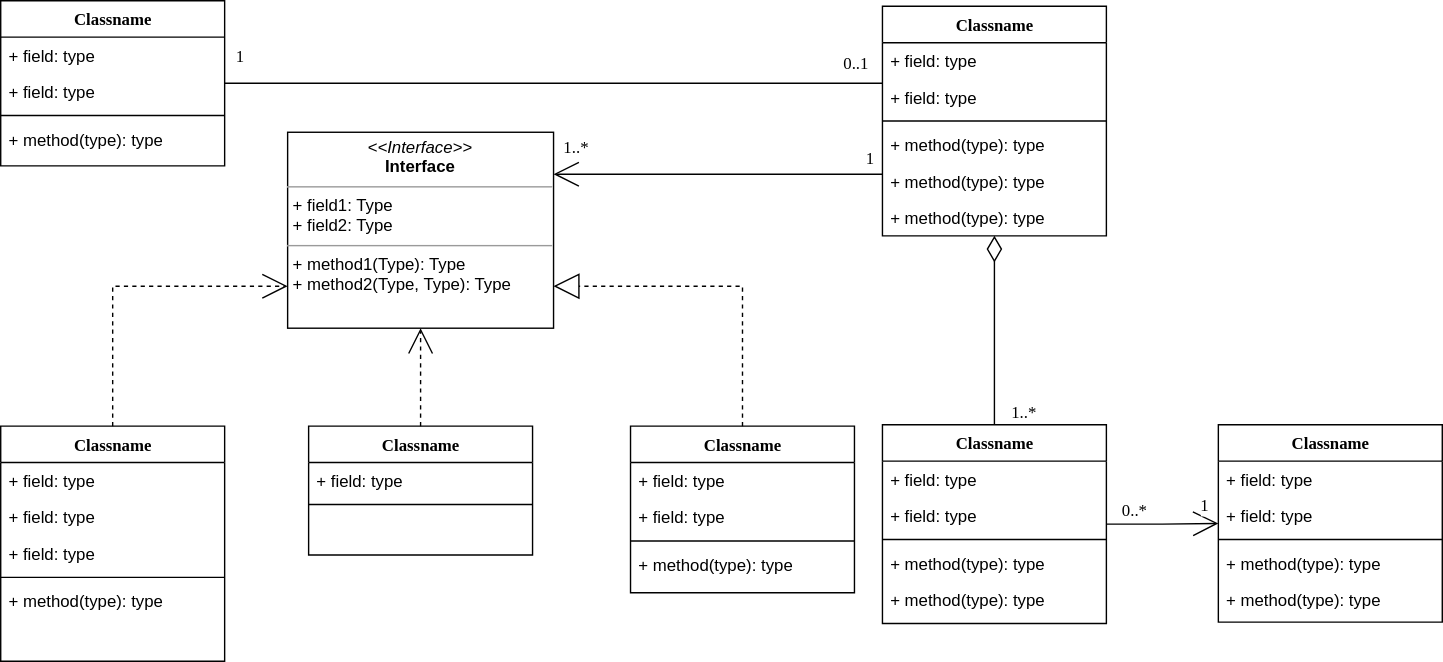
The draw.io diagram document/board_erd.drawio.svg in yangwoojung/fastcam_part2_board, before a commit. Source tidied: cells renumbered, new cells last; positions are measured from the earlier drawing's top-left corner, leaving out a move shared by most shapes. The source it was exported from:
```xml
<mxGraphModel>
  <root>
    <mxCell id="0" />
    <mxCell id="1" parent="0" />
    <mxCell id="2" style="edgeStyle=orthogonalEdgeStyle;rounded=0;html=1;dashed=1;labelBackgroundColor=none;startArrow=none;startFill=0;startSize=8;endArrow=open;endFill=0;endSize=16;fontFamily=Verdana;fontSize=12;" parent="1" edge="1" source="3" target="54">
      <mxGeometry relative="1" as="geometry">
        <Array as="points">
          <mxPoint x="80" y="204" />
        </Array>
      </mxGeometry>
    </mxCell>
    <mxCell id="3" value="Classname" style="swimlane;html=1;fontStyle=1;align=center;verticalAlign=top;horizontal=1;startSize=26;swimlaneFillColor=#ffffff;rounded=0;shadow=0;comic=0;labelBackgroundColor=none;strokeWidth=1;fillColor=none;fontFamily=Verdana;fontSize=12;" parent="1" vertex="1">
      <mxGeometry y="304" width="160" height="168" as="geometry" />
    </mxCell>
    <mxCell id="4" value="+ field: type" style="text;html=1;strokeColor=none;fillColor=none;align=left;verticalAlign=top;spacingLeft=4;spacingRight=4;whiteSpace=wrap;overflow=hidden;" parent="3" vertex="1">
      <mxGeometry y="26" width="160" height="26" as="geometry" />
    </mxCell>
    <mxCell id="5" value="+ field: type" style="text;html=1;strokeColor=none;fillColor=none;align=left;verticalAlign=top;spacingLeft=4;spacingRight=4;whiteSpace=wrap;overflow=hidden;" parent="3" vertex="1">
      <mxGeometry y="52" width="160" height="26" as="geometry" />
    </mxCell>
    <mxCell id="6" value="+ field: type" style="text;html=1;strokeColor=none;fillColor=none;align=left;verticalAlign=top;spacingLeft=4;spacingRight=4;whiteSpace=wrap;overflow=hidden;" parent="3" vertex="1">
      <mxGeometry y="78" width="160" height="26" as="geometry" />
    </mxCell>
    <mxCell id="7" style="line;html=1;strokeWidth=1;fillColor=none;align=left;verticalAlign=middle;spacingTop=-1;spacingLeft=3;spacingRight=3;labelPosition=right;" parent="3" vertex="1">
      <mxGeometry y="104" width="160" height="8" as="geometry" />
    </mxCell>
    <mxCell id="8" value="+ method(type): type" style="text;html=1;strokeColor=none;fillColor=none;align=left;verticalAlign=top;spacingLeft=4;spacingRight=4;whiteSpace=wrap;overflow=hidden;" parent="3" vertex="1">
      <mxGeometry y="112" width="160" height="26" as="geometry" />
    </mxCell>
    <mxCell id="9" value="Classname" style="swimlane;html=1;fontStyle=1;align=center;verticalAlign=top;horizontal=1;startSize=26;swimlaneFillColor=#ffffff;rounded=0;shadow=0;comic=0;labelBackgroundColor=none;strokeWidth=1;fillColor=none;fontFamily=Verdana;fontSize=12;" parent="1" vertex="1">
      <mxGeometry width="160" height="118" as="geometry" />
    </mxCell>
    <mxCell id="10" value="+ field: type" style="text;html=1;strokeColor=none;fillColor=none;align=left;verticalAlign=top;spacingLeft=4;spacingRight=4;whiteSpace=wrap;overflow=hidden;" parent="9" vertex="1">
      <mxGeometry y="26" width="160" height="26" as="geometry" />
    </mxCell>
    <mxCell id="11" value="+ field: type" style="text;html=1;strokeColor=none;fillColor=none;align=left;verticalAlign=top;spacingLeft=4;spacingRight=4;whiteSpace=wrap;overflow=hidden;" parent="9" vertex="1">
      <mxGeometry y="52" width="160" height="26" as="geometry" />
    </mxCell>
    <mxCell id="12" style="line;html=1;strokeWidth=1;fillColor=none;align=left;verticalAlign=middle;spacingTop=-1;spacingLeft=3;spacingRight=3;labelPosition=right;" parent="9" vertex="1">
      <mxGeometry y="78" width="160" height="8" as="geometry" />
    </mxCell>
    <mxCell id="13" value="+ method(type): type" style="text;html=1;strokeColor=none;fillColor=none;align=left;verticalAlign=top;spacingLeft=4;spacingRight=4;whiteSpace=wrap;overflow=hidden;" parent="9" vertex="1">
      <mxGeometry y="86" width="160" height="26" as="geometry" />
    </mxCell>
    <mxCell id="14" style="edgeStyle=orthogonalEdgeStyle;rounded=0;html=1;labelBackgroundColor=none;startArrow=none;startFill=0;startSize=8;endArrow=open;endFill=0;endSize=16;fontFamily=Verdana;fontSize=12;" parent="1" edge="1" source="20" target="54">
      <mxGeometry relative="1" as="geometry">
        <Array as="points">
          <mxPoint x="470" y="124" />
          <mxPoint x="470" y="124" />
        </Array>
      </mxGeometry>
    </mxCell>
    <mxCell id="15" value="1..*" style="text;html=1;align=center;verticalAlign=middle;labelBackgroundColor=#ffffff;fontSize=12;fontFamily=Verdana;" parent="14" vertex="1">
      <mxGeometry x="0.86" y="2" relative="1" as="geometry">
        <mxPoint x="-2" y="-22" as="offset" />
      </mxGeometry>
    </mxCell>
    <mxCell id="16" value="1" style="text;html=1;align=center;verticalAlign=middle;labelBackgroundColor=#ffffff;fontSize=12;fontFamily=Verdana;" parent="14" vertex="1">
      <mxGeometry x="0.36" y="152" relative="1" as="geometry">
        <mxPoint x="150" y="-164" as="offset" />
      </mxGeometry>
    </mxCell>
    <mxCell id="17" style="edgeStyle=orthogonalEdgeStyle;rounded=0;html=1;labelBackgroundColor=none;startArrow=none;startFill=0;startSize=8;endArrow=none;endFill=0;endSize=16;fontFamily=Verdana;fontSize=12;" parent="1" edge="1" source="20" target="9">
      <mxGeometry relative="1" as="geometry">
        <Array as="points">
          <mxPoint x="530" y="59" />
          <mxPoint x="530" y="59" />
        </Array>
      </mxGeometry>
    </mxCell>
    <mxCell id="18" value="0..1" style="text;html=1;align=center;verticalAlign=middle;labelBackgroundColor=#ffffff;fontSize=12;fontFamily=Verdana;" parent="17" vertex="1">
      <mxGeometry x="-0.57" y="-86" relative="1" as="geometry">
        <mxPoint x="80" y="71" as="offset" />
      </mxGeometry>
    </mxCell>
    <mxCell id="19" value="1" style="text;html=1;align=center;verticalAlign=middle;labelBackgroundColor=#ffffff;fontSize=12;fontFamily=Verdana;" parent="17" vertex="1">
      <mxGeometry x="0.89" y="-1" relative="1" as="geometry">
        <mxPoint x="-15" y="-19" as="offset" />
      </mxGeometry>
    </mxCell>
    <mxCell id="20" value="Classname" style="swimlane;html=1;fontStyle=1;align=center;verticalAlign=top;horizontal=1;startSize=26;swimlaneFillColor=#ffffff;rounded=0;shadow=0;comic=0;labelBackgroundColor=none;strokeWidth=1;fillColor=none;fontFamily=Verdana;fontSize=12;" parent="1" vertex="1">
      <mxGeometry x="630" y="4" width="160" height="164" as="geometry" />
    </mxCell>
    <mxCell id="21" value="+ field: type" style="text;html=1;strokeColor=none;fillColor=none;align=left;verticalAlign=top;spacingLeft=4;spacingRight=4;whiteSpace=wrap;overflow=hidden;" parent="20" vertex="1">
      <mxGeometry y="26" width="160" height="26" as="geometry" />
    </mxCell>
    <mxCell id="22" value="+ field: type" style="text;html=1;strokeColor=none;fillColor=none;align=left;verticalAlign=top;spacingLeft=4;spacingRight=4;whiteSpace=wrap;overflow=hidden;" parent="20" vertex="1">
      <mxGeometry y="52" width="160" height="26" as="geometry" />
    </mxCell>
    <mxCell id="23" style="line;html=1;strokeWidth=1;fillColor=none;align=left;verticalAlign=middle;spacingTop=-1;spacingLeft=3;spacingRight=3;labelPosition=right;" parent="20" vertex="1">
      <mxGeometry y="78" width="160" height="8" as="geometry" />
    </mxCell>
    <mxCell id="24" value="+ method(type): type" style="text;html=1;strokeColor=none;fillColor=none;align=left;verticalAlign=top;spacingLeft=4;spacingRight=4;whiteSpace=wrap;overflow=hidden;" parent="20" vertex="1">
      <mxGeometry y="86" width="160" height="26" as="geometry" />
    </mxCell>
    <mxCell id="25" value="+ method(type): type" style="text;html=1;strokeColor=none;fillColor=none;align=left;verticalAlign=top;spacingLeft=4;spacingRight=4;whiteSpace=wrap;overflow=hidden;" parent="20" vertex="1">
      <mxGeometry y="112" width="160" height="26" as="geometry" />
    </mxCell>
    <mxCell id="26" value="+ method(type): type" style="text;html=1;strokeColor=none;fillColor=none;align=left;verticalAlign=top;spacingLeft=4;spacingRight=4;whiteSpace=wrap;overflow=hidden;" parent="20" vertex="1">
      <mxGeometry y="138" width="160" height="26" as="geometry" />
    </mxCell>
    <mxCell id="27" style="edgeStyle=orthogonalEdgeStyle;rounded=0;html=1;dashed=1;labelBackgroundColor=none;startArrow=none;startFill=0;startSize=8;endArrow=open;endFill=0;endSize=16;fontFamily=Verdana;fontSize=12;" parent="1" edge="1" source="28" target="54">
      <mxGeometry relative="1" as="geometry" />
    </mxCell>
    <mxCell id="28" value="Classname" style="swimlane;html=1;fontStyle=1;align=center;verticalAlign=top;horizontal=1;startSize=26;swimlaneFillColor=#ffffff;rounded=0;shadow=0;comic=0;labelBackgroundColor=none;strokeWidth=1;fillColor=none;fontFamily=Verdana;fontSize=12;" parent="1" vertex="1">
      <mxGeometry x="220" y="304" width="160" height="92" as="geometry" />
    </mxCell>
    <mxCell id="29" value="+ field: type" style="text;html=1;strokeColor=none;fillColor=none;align=left;verticalAlign=top;spacingLeft=4;spacingRight=4;whiteSpace=wrap;overflow=hidden;" parent="28" vertex="1">
      <mxGeometry y="26" width="160" height="26" as="geometry" />
    </mxCell>
    <mxCell id="30" style="line;html=1;strokeWidth=1;fillColor=none;align=left;verticalAlign=middle;spacingTop=-1;spacingLeft=3;spacingRight=3;labelPosition=right;" parent="28" vertex="1">
      <mxGeometry y="52" width="160" height="8" as="geometry" />
    </mxCell>
    <mxCell id="31" style="edgeStyle=orthogonalEdgeStyle;rounded=0;html=1;labelBackgroundColor=none;startArrow=none;startFill=0;startSize=8;endArrow=diamondThin;endFill=0;endSize=16;fontFamily=Verdana;fontSize=12;" parent="1" edge="1" source="36" target="20">
      <mxGeometry relative="1" as="geometry" />
    </mxCell>
    <mxCell id="32" value="1..*" style="text;html=1;align=center;verticalAlign=middle;labelBackgroundColor=#ffffff;fontSize=12;fontFamily=Verdana;" parent="31" vertex="1">
      <mxGeometry x="-0.85" y="-1" relative="1" as="geometry">
        <mxPoint x="19" y="1" as="offset" />
      </mxGeometry>
    </mxCell>
    <mxCell id="33" style="edgeStyle=orthogonalEdgeStyle;rounded=0;html=1;labelBackgroundColor=none;startArrow=none;startFill=0;startSize=8;endArrow=open;endFill=0;endSize=16;fontFamily=Verdana;fontSize=12;" parent="1" edge="1" source="36" target="42">
      <mxGeometry relative="1" as="geometry" />
    </mxCell>
    <mxCell id="34" value="0..*" style="text;html=1;align=center;verticalAlign=middle;labelBackgroundColor=#ffffff;fontSize=12;fontFamily=Verdana;" parent="33" vertex="1">
      <mxGeometry x="-0.79" relative="1" as="geometry">
        <mxPoint x="11" y="-10" as="offset" />
      </mxGeometry>
    </mxCell>
    <mxCell id="35" value="1" style="text;html=1;align=center;verticalAlign=middle;labelBackgroundColor=#ffffff;fontSize=12;fontFamily=Verdana;" parent="33" vertex="1">
      <mxGeometry x="0.7" y="1" relative="1" as="geometry">
        <mxPoint x="2" y="-12" as="offset" />
      </mxGeometry>
    </mxCell>
    <mxCell id="36" value="Classname" style="swimlane;html=1;fontStyle=1;align=center;verticalAlign=top;horizontal=1;startSize=26;swimlaneFillColor=#ffffff;rounded=0;shadow=0;comic=0;labelBackgroundColor=none;strokeWidth=1;fillColor=none;fontFamily=Verdana;fontSize=12;" parent="1" vertex="1">
      <mxGeometry x="630" y="303" width="160" height="142" as="geometry" />
    </mxCell>
    <mxCell id="37" value="+ field: type" style="text;html=1;strokeColor=none;fillColor=none;align=left;verticalAlign=top;spacingLeft=4;spacingRight=4;whiteSpace=wrap;overflow=hidden;" parent="36" vertex="1">
      <mxGeometry y="26" width="160" height="26" as="geometry" />
    </mxCell>
    <mxCell id="38" value="+ field: type" style="text;html=1;strokeColor=none;fillColor=none;align=left;verticalAlign=top;spacingLeft=4;spacingRight=4;whiteSpace=wrap;overflow=hidden;" parent="36" vertex="1">
      <mxGeometry y="52" width="160" height="26" as="geometry" />
    </mxCell>
    <mxCell id="39" style="line;html=1;strokeWidth=1;fillColor=none;align=left;verticalAlign=middle;spacingTop=-1;spacingLeft=3;spacingRight=3;labelPosition=right;" parent="36" vertex="1">
      <mxGeometry y="78" width="160" height="8" as="geometry" />
    </mxCell>
    <mxCell id="40" value="+ method(type): type" style="text;html=1;strokeColor=none;fillColor=none;align=left;verticalAlign=top;spacingLeft=4;spacingRight=4;whiteSpace=wrap;overflow=hidden;" parent="36" vertex="1">
      <mxGeometry y="86" width="160" height="26" as="geometry" />
    </mxCell>
    <mxCell id="41" value="+ method(type): type" style="text;html=1;strokeColor=none;fillColor=none;align=left;verticalAlign=top;spacingLeft=4;spacingRight=4;whiteSpace=wrap;overflow=hidden;" parent="36" vertex="1">
      <mxGeometry y="112" width="160" height="26" as="geometry" />
    </mxCell>
    <mxCell id="42" value="Classname" style="swimlane;html=1;fontStyle=1;align=center;verticalAlign=top;horizontal=1;startSize=26;swimlaneFillColor=#ffffff;rounded=0;shadow=0;comic=0;labelBackgroundColor=none;strokeWidth=1;fillColor=none;fontFamily=Verdana;fontSize=12;" parent="1" vertex="1">
      <mxGeometry x="870" y="303" width="160" height="141" as="geometry" />
    </mxCell>
    <mxCell id="43" value="+ field: type" style="text;html=1;strokeColor=none;fillColor=none;align=left;verticalAlign=top;spacingLeft=4;spacingRight=4;whiteSpace=wrap;overflow=hidden;" parent="42" vertex="1">
      <mxGeometry y="26" width="160" height="26" as="geometry" />
    </mxCell>
    <mxCell id="44" value="+ field: type" style="text;html=1;strokeColor=none;fillColor=none;align=left;verticalAlign=top;spacingLeft=4;spacingRight=4;whiteSpace=wrap;overflow=hidden;" parent="42" vertex="1">
      <mxGeometry y="52" width="160" height="26" as="geometry" />
    </mxCell>
    <mxCell id="45" style="line;html=1;strokeWidth=1;fillColor=none;align=left;verticalAlign=middle;spacingTop=-1;spacingLeft=3;spacingRight=3;labelPosition=right;" parent="42" vertex="1">
      <mxGeometry y="78" width="160" height="8" as="geometry" />
    </mxCell>
    <mxCell id="46" value="+ method(type): type" style="text;html=1;strokeColor=none;fillColor=none;align=left;verticalAlign=top;spacingLeft=4;spacingRight=4;whiteSpace=wrap;overflow=hidden;" parent="42" vertex="1">
      <mxGeometry y="86" width="160" height="26" as="geometry" />
    </mxCell>
    <mxCell id="47" value="+ method(type): type" style="text;html=1;strokeColor=none;fillColor=none;align=left;verticalAlign=top;spacingLeft=4;spacingRight=4;whiteSpace=wrap;overflow=hidden;" parent="42" vertex="1">
      <mxGeometry y="112" width="160" height="26" as="geometry" />
    </mxCell>
    <mxCell id="48" style="edgeStyle=orthogonalEdgeStyle;rounded=0;html=1;dashed=1;labelBackgroundColor=none;startArrow=none;startFill=0;startSize=8;endArrow=block;endFill=0;endSize=16;fontFamily=Verdana;fontSize=12;" parent="1" edge="1" source="49" target="54">
      <mxGeometry relative="1" as="geometry">
        <Array as="points">
          <mxPoint x="530" y="204" />
        </Array>
      </mxGeometry>
    </mxCell>
    <mxCell id="49" value="Classname" style="swimlane;html=1;fontStyle=1;align=center;verticalAlign=top;horizontal=1;startSize=26;swimlaneFillColor=#ffffff;rounded=0;shadow=0;comic=0;labelBackgroundColor=none;strokeWidth=1;fillColor=none;fontFamily=Verdana;fontSize=12;" parent="1" vertex="1">
      <mxGeometry x="450" y="304" width="160" height="119" as="geometry" />
    </mxCell>
    <mxCell id="50" value="+ field: type" style="text;html=1;strokeColor=none;fillColor=none;align=left;verticalAlign=top;spacingLeft=4;spacingRight=4;whiteSpace=wrap;overflow=hidden;" parent="49" vertex="1">
      <mxGeometry y="26" width="160" height="26" as="geometry" />
    </mxCell>
    <mxCell id="51" value="+ field: type" style="text;html=1;strokeColor=none;fillColor=none;align=left;verticalAlign=top;spacingLeft=4;spacingRight=4;whiteSpace=wrap;overflow=hidden;" parent="49" vertex="1">
      <mxGeometry y="52" width="160" height="26" as="geometry" />
    </mxCell>
    <mxCell id="52" style="line;html=1;strokeWidth=1;fillColor=none;align=left;verticalAlign=middle;spacingTop=-1;spacingLeft=3;spacingRight=3;labelPosition=right;" parent="49" vertex="1">
      <mxGeometry y="78" width="160" height="8" as="geometry" />
    </mxCell>
    <mxCell id="53" value="+ method(type): type" style="text;html=1;strokeColor=none;fillColor=none;align=left;verticalAlign=top;spacingLeft=4;spacingRight=4;whiteSpace=wrap;overflow=hidden;" parent="49" vertex="1">
      <mxGeometry y="86" width="160" height="26" as="geometry" />
    </mxCell>
    <mxCell id="54" value="&lt;p style=&quot;margin:0px;margin-top:4px;text-align:center;&quot;&gt;&lt;i&gt;&amp;lt;&amp;lt;Interface&amp;gt;&amp;gt;&lt;/i&gt;&lt;br/&gt;&lt;b&gt;Interface&lt;/b&gt;&lt;/p&gt;&lt;hr size=&quot;1&quot;/&gt;&lt;p style=&quot;margin:0px;margin-left:4px;&quot;&gt;+ field1: Type&lt;br/&gt;+ field2: Type&lt;/p&gt;&lt;hr size=&quot;1&quot;/&gt;&lt;p style=&quot;margin:0px;margin-left:4px;&quot;&gt;+ method1(Type): Type&lt;br/&gt;+ method2(Type, Type): Type&lt;/p&gt;" style="verticalAlign=top;align=left;overflow=fill;fontSize=12;fontFamily=Helvetica;html=1;rounded=0;shadow=0;comic=0;labelBackgroundColor=none;strokeWidth=1;" parent="1" vertex="1">
      <mxGeometry x="205" y="94" width="190" height="140" as="geometry" />
    </mxCell>
  </root>
</mxGraphModel>
```
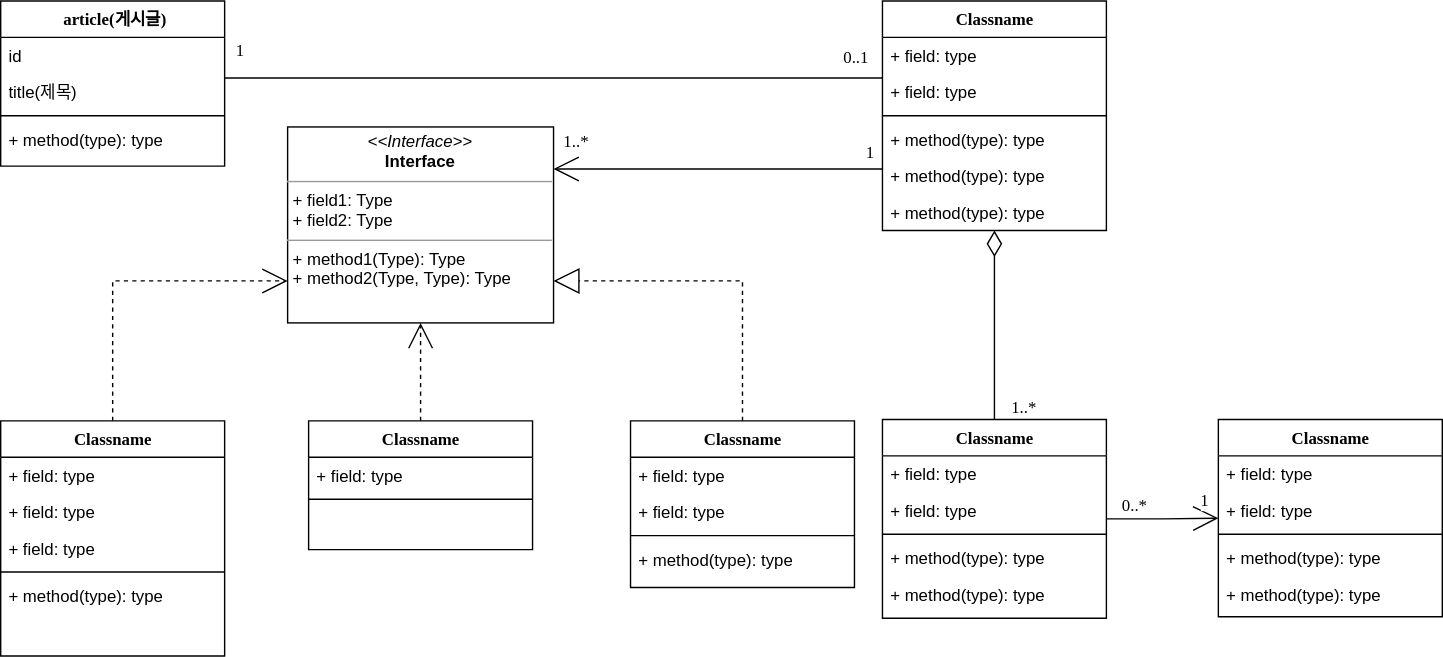
After the change.

Change to the diagram source:
```diff
@@ -27,13 +27,13 @@
     <mxCell id="8" value="+ method(type): type" style="text;html=1;strokeColor=none;fillColor=none;align=left;verticalAlign=top;spacingLeft=4;spacingRight=4;whiteSpace=wrap;overflow=hidden;" parent="3" vertex="1">
       <mxGeometry y="112" width="160" height="26" as="geometry" />
     </mxCell>
-    <mxCell id="9" value="Classname" style="swimlane;html=1;fontStyle=1;align=center;verticalAlign=top;horizontal=1;startSize=26;swimlaneFillColor=#ffffff;rounded=0;shadow=0;comic=0;labelBackgroundColor=none;strokeWidth=1;fillColor=none;fontFamily=Verdana;fontSize=12;" parent="1" vertex="1">
-      <mxGeometry width="160" height="118" as="geometry" />
+    <mxCell id="9" value="&amp;nbsp;article(게시글)" style="swimlane;html=1;fontStyle=1;align=center;verticalAlign=top;horizontal=1;startSize=26;swimlaneFillColor=#ffffff;rounded=0;shadow=0;comic=0;labelBackgroundColor=none;strokeWidth=1;fillColor=none;fontFamily=Verdana;fontSize=12;" parent="1" vertex="1">
+      <mxGeometry y="4" width="160" height="118" as="geometry" />
     </mxCell>
-    <mxCell id="10" value="+ field: type" style="text;html=1;strokeColor=none;fillColor=none;align=left;verticalAlign=top;spacingLeft=4;spacingRight=4;whiteSpace=wrap;overflow=hidden;" parent="9" vertex="1">
+    <mxCell id="10" value="id&lt;br&gt;" style="text;html=1;strokeColor=none;fillColor=none;align=left;verticalAlign=top;spacingLeft=4;spacingRight=4;whiteSpace=wrap;overflow=hidden;" parent="9" vertex="1">
       <mxGeometry y="26" width="160" height="26" as="geometry" />
     </mxCell>
-    <mxCell id="11" value="+ field: type" style="text;html=1;strokeColor=none;fillColor=none;align=left;verticalAlign=top;spacingLeft=4;spacingRight=4;whiteSpace=wrap;overflow=hidden;" parent="9" vertex="1">
+    <mxCell id="11" value="title(제목)" style="text;html=1;strokeColor=none;fillColor=none;align=left;verticalAlign=top;spacingLeft=4;spacingRight=4;whiteSpace=wrap;overflow=hidden;" parent="9" vertex="1">
       <mxGeometry y="52" width="160" height="26" as="geometry" />
     </mxCell>
     <mxCell id="12" style="line;html=1;strokeWidth=1;fillColor=none;align=left;verticalAlign=middle;spacingTop=-1;spacingLeft=3;spacingRight=3;labelPosition=right;" parent="9" vertex="1">
```
